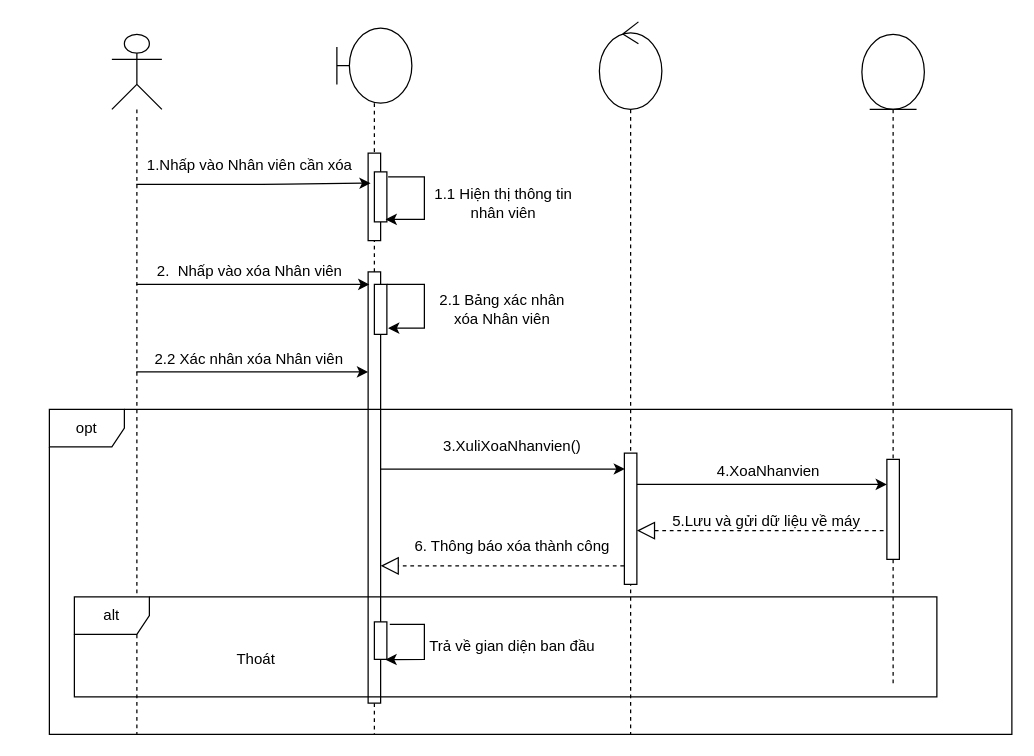
baotran0212/tourism-application keeps this draw.io diagram as document/DelEmployee.drawio. Above is the earlier version. Source tidied: cells renumbered, new cells numbered last; positions are measured from the earlier drawing's top-left corner, leaving out a move shared by most shapes. Both pictures are drawn from the tidied source at 125%, with x=0, y=0 at pixel (49, 21).
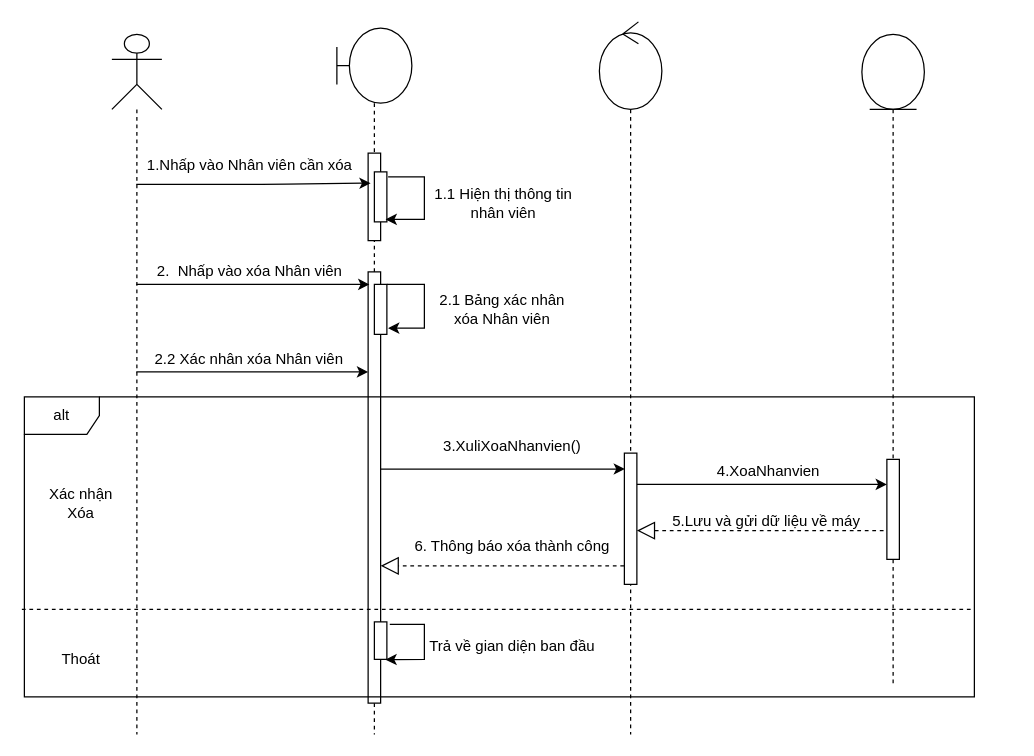
After the change.

Diff of the diagram source:
```diff
@@
     <mxCell id="27" value="alt" style="shape=umlFrame;whiteSpace=wrap;html=1;" parent="1" vertex="1">
-      <mxGeometry x="20" y="460" width="690" height="80" as="geometry" />
+      <mxGeometry x="-20" y="300" width="760" height="240" as="geometry" />
     </mxCell>
@@
     <mxCell id="34" value="Thoát" style="text;html=1;align=center;verticalAlign=middle;" parent="1" vertex="1">
-      <mxGeometry x="140" y="500" width="50" height="20" as="geometry" />
+      <mxGeometry y="500" width="50" height="20" as="geometry" />
     </mxCell>
-    <mxCell id="35" value="opt" style="shape=umlFrame;whiteSpace=wrap;html=1;" parent="1" vertex="1">
-      <mxGeometry y="310" width="770" height="260" as="geometry" />
-    </mxCell>
+    <mxCell id="36" value="Xác nhận&lt;br&gt;Xóa" style="text;html=1;align=center;verticalAlign=middle;" parent="1" vertex="1">
+      <mxGeometry x="-10" y="370" width="70" height="30" as="geometry" />
+    </mxCell>
+    <mxCell id="37" style="endArrow=none;dashed=1;html=1;" parent="1" edge="1">
+      <mxGeometry relative="1" as="geometry">
+        <mxPoint x="-22" y="470" as="sourcePoint" />
+        <mxPoint x="740" y="470" as="targetPoint" />
+      </mxGeometry>
+    </mxCell>
```
